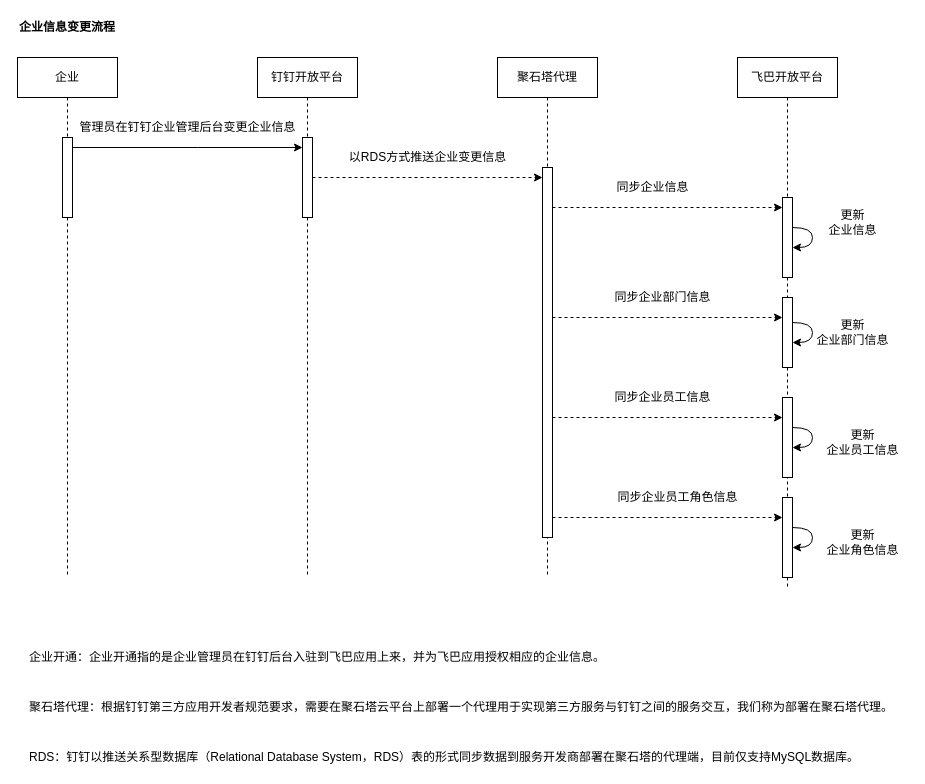
Earlier version of the draw.io diagram page "dingtalk_openapi_ent_001" (2 of 5) of src/work/flyby/present/dingtalk.drawio (ab-doc/draw.io). Source tidied: cells renumbered, new cells numbered last; positions are measured from the earlier drawing's top-left corner, leaving out a move shared by most shapes. Both pictures are drawn from the tidied source at 100%, with x=0, y=0 at pixel (17, 17).
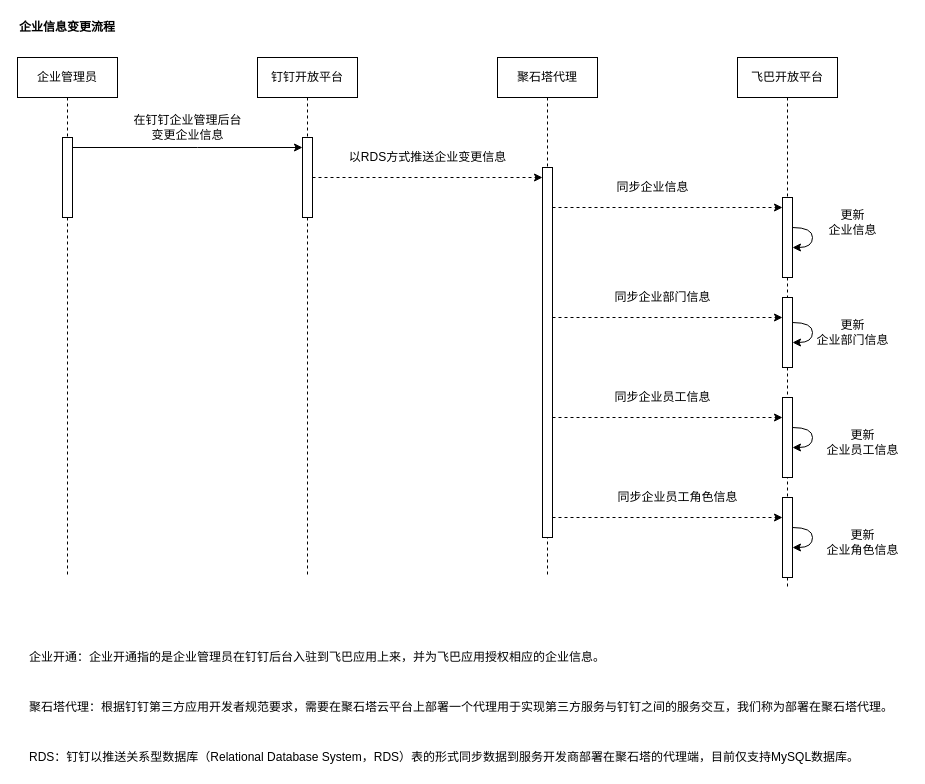
Above is the later version.

The edit, as a diff of the source:
```diff
@@
-    <mxCell id="3" value="企业" style="shape=umlLifeline;perimeter=lifelinePerimeter;whiteSpace=wrap;html=1;" parent="1" vertex="1">
+    <mxCell id="3" value="企业管理员" style="shape=umlLifeline;perimeter=lifelinePerimeter;whiteSpace=wrap;html=1;" parent="1" vertex="1">
       <mxGeometry y="40" width="100" height="520" as="geometry" />
     </mxCell>
@@
-    <mxCell id="10" value="管理员在钉钉企业管理后台变更企业信息" style="text;html=1;align=center;verticalAlign=middle;" parent="1" vertex="1">
-      <mxGeometry x="55" y="100" width="230" height="20" as="geometry" />
+    <mxCell id="10" value="在钉钉企业管理后台&lt;br&gt;变更企业信息" style="text;html=1;align=center;verticalAlign=middle;" parent="1" vertex="1">
+      <mxGeometry x="110" y="95" width="120" height="30" as="geometry" />
     </mxCell>
```
